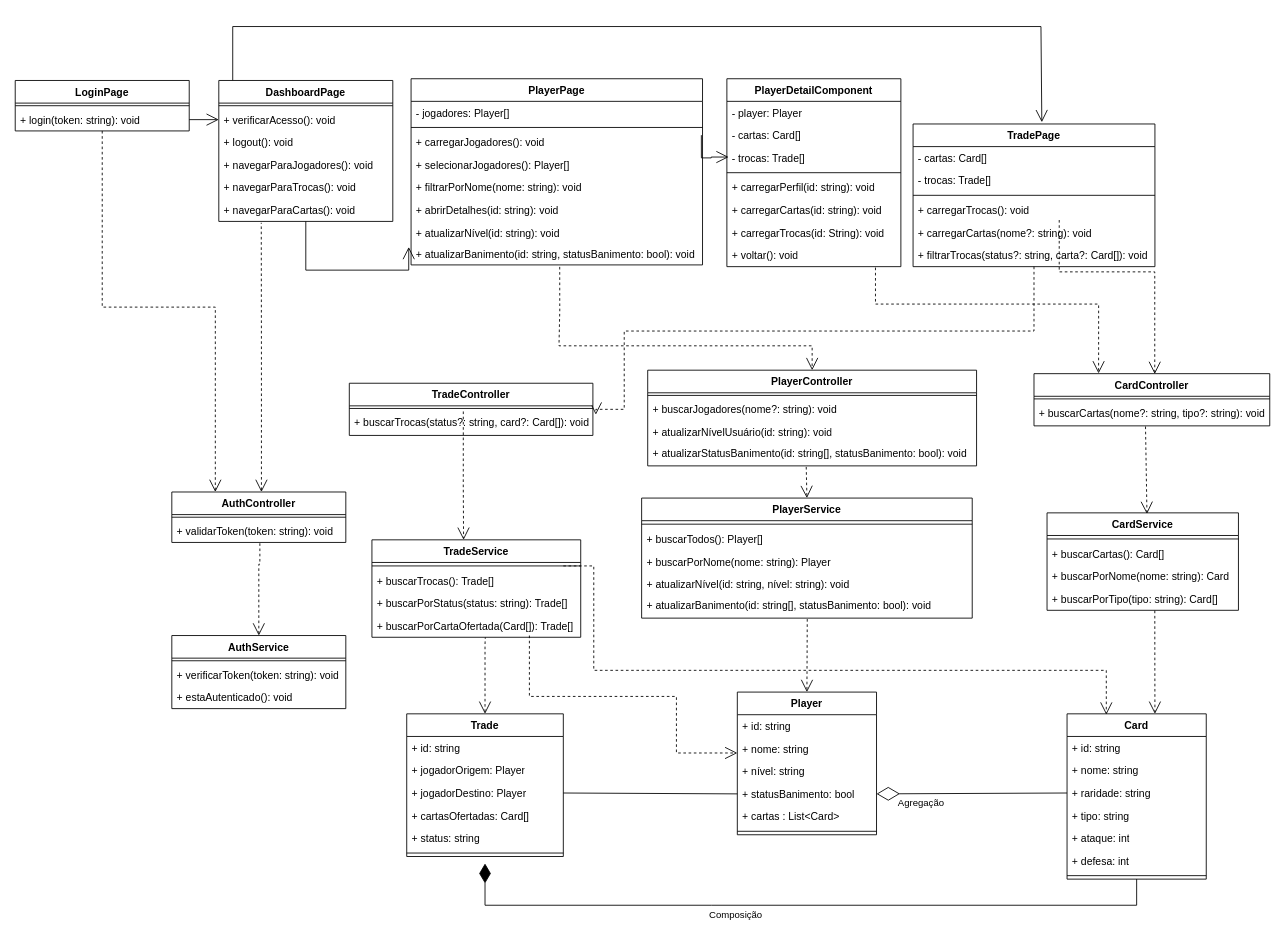
The draw.io diagram Docs/Diagramas/diagrama-classes-S03.drawio in Inatel-S03-20261/Tema-06, before the edit. Source tidied: cells renumbered, new cells numbered last; positions are measured from the earlier drawing's top-left corner, leaving out a move shared by most shapes. Both pictures are drawn from the tidied source at 87%, with x=0, y=0 at pixel (15, 26).
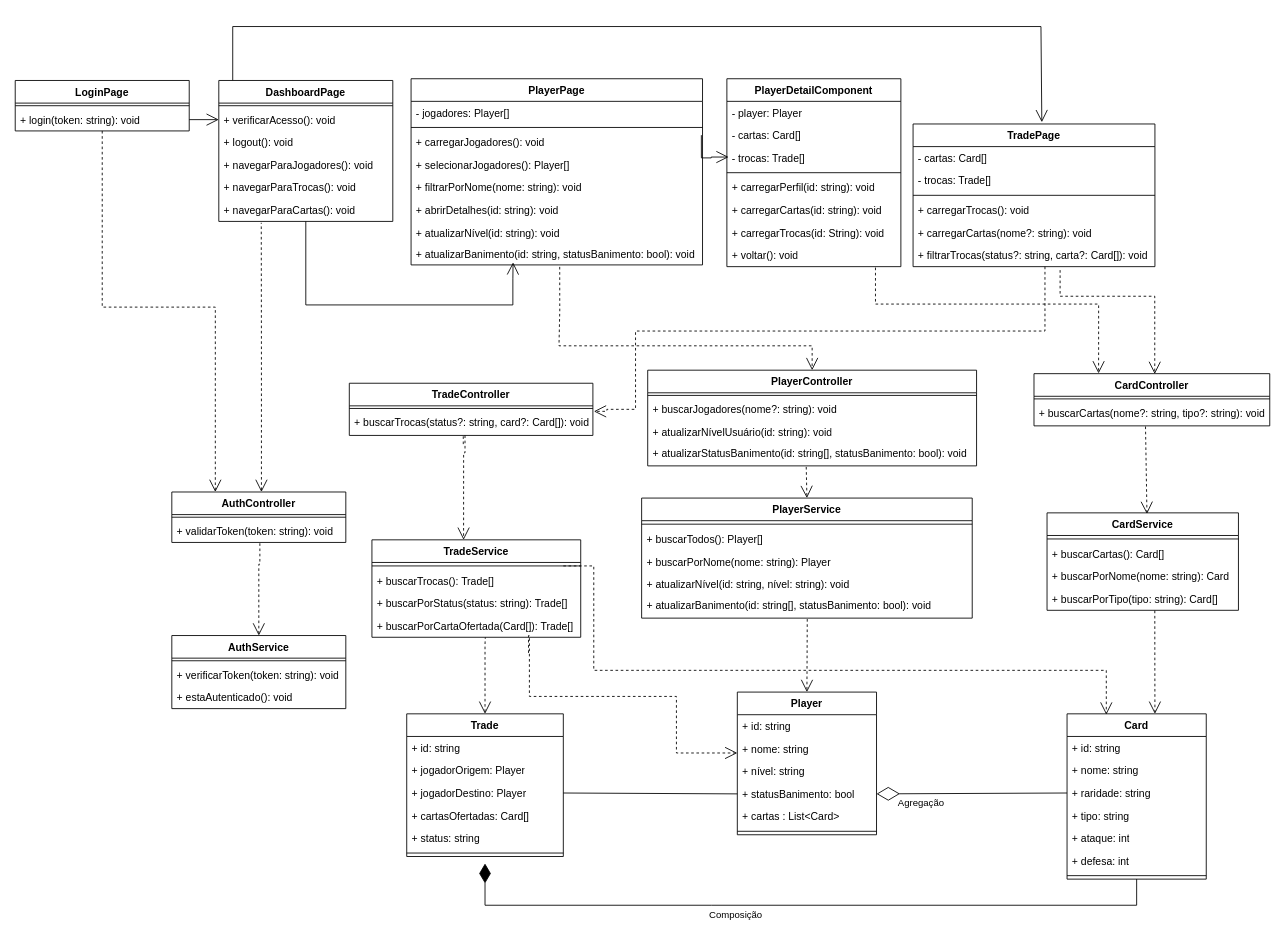
The same page after the edit.

The change refers to these unchanged cells:
```xml
<mxCell id="4" value="DashboardPage" style="swimlane;fontStyle=1;align=center;verticalAlign=top;horizontal=1;startSize=26;whiteSpace=wrap;html=1;" parent="1" vertex="1">
  <mxGeometry x="234" y="62" width="200" height="162" as="geometry" />
</mxCell>
<mxCell id="29" value="+ atualizarBanimento(id: string, statusBanimento: bool): void" style="text;strokeColor=none;fillColor=none;align=left;verticalAlign=top;spacingLeft=4;spacingRight=4;overflow=hidden;points=[[0,0.5],[1,0.5]];portConstraint=eastwest;whiteSpace=wrap;html=1;" parent="21" vertex="1">
  <mxGeometry y="188" width="335" height="26" as="geometry" />
</mxCell>
<mxCell id="31" value="TradePage" style="swimlane;fontStyle=1;align=center;verticalAlign=top;horizontal=1;startSize=26;whiteSpace=wrap;html=1;" parent="1" vertex="1">
  <mxGeometry x="1032" y="112" width="278" height="164" as="geometry" />
</mxCell>
<mxCell id="40" value="+ nome: string" style="text;strokeColor=none;fillColor=none;align=left;verticalAlign=top;spacingLeft=4;spacingRight=4;overflow=hidden;points=[[0,0.5],[1,0.5]];portConstraint=eastwest;whiteSpace=wrap;html=1;" parent="38" vertex="1">
  <mxGeometry y="52" width="160" height="26" as="geometry" />
</mxCell>
<mxCell id="68" value="TradeService" style="swimlane;fontStyle=1;align=center;verticalAlign=top;horizontal=1;startSize=26;whiteSpace=wrap;html=1;" parent="1" vertex="1">
  <mxGeometry x="410" y="590" width="240" height="112" as="geometry" />
</mxCell>
<mxCell id="101" style="line;strokeWidth=1;fillColor=none;align=left;verticalAlign=middle;spacingTop=-1;spacingLeft=3;spacingRight=3;labelPosition=right;points=[];portConstraint=eastwest;strokeColor=inherit;" parent="100" vertex="1">
  <mxGeometry y="26" width="280" height="6" as="geometry" />
</mxCell>
<mxCell id="102" value="+ buscarTrocas(status?: string, card?: Card[]): void" style="text;strokeColor=none;fillColor=none;align=left;verticalAlign=top;spacingLeft=4;spacingRight=4;overflow=hidden;points=[[0,0.5],[1,0.5]];portConstraint=eastwest;whiteSpace=wrap;html=1;" parent="100" vertex="1">
  <mxGeometry y="32" width="280" height="28" as="geometry" />
</mxCell>
```

Diff of the diagram source:
```diff
@@
-    <mxCell id="2" style="edgeStyle=orthogonalEdgeStyle;rounded=0;jettySize=auto;html=1;endArrow=open;endFill=0;endSize=12;entryX=-0.008;entryY=0.206;entryDx=0;entryDy=0;entryPerimeter=0;" parent="1" edge="1" source="4" target="29">
+    <mxCell id="2" style="edgeStyle=orthogonalEdgeStyle;rounded=0;jettySize=auto;html=1;endArrow=open;endFill=0;endSize=12;entryX=0.35;entryY=0.885;entryDx=0;entryDy=0;entryPerimeter=0;" parent="1" edge="1" source="4" target="29">
       <mxGeometry relative="1" as="geometry">
         <Array as="points">
-          <mxPoint x="334" y="280" />
-          <mxPoint x="453" y="280" />
+          <mxPoint x="334" y="320" />
+          <mxPoint x="572" y="320" />
+          <mxPoint x="572" y="290" />
+          <mxPoint x="572" y="290" />
         </Array>
       </mxGeometry>
     </mxCell>
@@
-    <mxCell id="30" style="edgeStyle=orthogonalEdgeStyle;rounded=0;jettySize=auto;html=1;endArrow=open;endFill=0;endSize=12;dashed=1;exitX=0.5;exitY=1;exitDx=0;exitDy=0;entryX=1.012;entryY=0.147;entryDx=0;entryDy=0;entryPerimeter=0;" parent="1" edge="1" source="31" target="102">
+    <mxCell id="30" style="edgeStyle=orthogonalEdgeStyle;rounded=0;jettySize=auto;html=1;endArrow=open;endFill=0;endSize=12;dashed=1;exitX=0.5;exitY=1;exitDx=0;exitDy=0;entryX=1.004;entryY=0.012;entryDx=0;entryDy=0;entryPerimeter=0;" parent="1" edge="1" target="102">
       <mxGeometry relative="1" as="geometry">
+        <mxPoint x="1183.6" y="276" as="sourcePoint" />
         <Array as="points">
-          <mxPoint x="1171" y="350" />
-          <mxPoint x="700" y="350" />
-          <mxPoint x="700" y="440" />
+          <mxPoint x="1184" y="350" />
+          <mxPoint x="713" y="350" />
+          <mxPoint x="713" y="440" />
+          <mxPoint x="680" y="440" />
+          <mxPoint x="680" y="442" />
         </Array>
       </mxGeometry>
     </mxCell>
@@
     <mxCell id="84" style="edgeStyle=orthogonalEdgeStyle;rounded=0;jettySize=auto;html=1;endArrow=open;endFill=0;endSize=12;dashed=1;" parent="1" edge="1" target="40">
       <mxGeometry relative="1" as="geometry">
-        <mxPoint x="591" y="700" as="sourcePoint" />
+        <mxPoint x="590" y="720" as="sourcePoint" />
         <Array as="points">
+          <mxPoint x="590" y="700" />
+          <mxPoint x="591" y="700" />
           <mxPoint x="591" y="770" />
           <mxPoint x="760" y="770" />
           <mxPoint x="760" y="835" />
         </Array>
       </mxGeometry>
     </mxCell>
@@
-    <mxCell id="114" style="edgeStyle=orthogonalEdgeStyle;rounded=0;orthogonalLoop=1;jettySize=auto;html=1;endArrow=open;endFill=0;endSize=12;dashed=1;exitX=0.568;exitY=0.94;exitDx=0;exitDy=0;exitPerimeter=0;entryX=0.475;entryY=0.006;entryDx=0;entryDy=0;entryPerimeter=0;" parent="1" edge="1">
+    <mxCell id="114" style="edgeStyle=orthogonalEdgeStyle;rounded=0;orthogonalLoop=1;jettySize=auto;html=1;endArrow=open;endFill=0;endSize=12;dashed=1;entryX=0.475;entryY=0.006;entryDx=0;entryDy=0;entryPerimeter=0;" parent="1" edge="1">
       <mxGeometry relative="1" as="geometry">
-        <mxPoint x="1200" y="222.4" as="sourcePoint" />
+        <mxPoint x="1201" y="280" as="sourcePoint" />
         <mxPoint x="1309.8" y="399.4" as="targetPoint" />
         <Array as="points">
-          <mxPoint x="1200" y="282" />
-          <mxPoint x="1310" y="282" />
+          <mxPoint x="1201" y="310" />
+          <mxPoint x="1310" y="310" />
         </Array>
       </mxGeometry>
     </mxCell>
-    <mxCell id="115" style="edgeStyle=orthogonalEdgeStyle;rounded=0;jettySize=auto;html=1;endArrow=open;endFill=0;endSize=12;dashed=1;entryX=0.439;entryY=0;entryDx=0;entryDy=0;entryPerimeter=0;exitX=0.468;exitY=1.078;exitDx=0;exitDy=0;exitPerimeter=0;" parent="1" edge="1" source="101" target="68">
+    <mxCell id="115" style="edgeStyle=orthogonalEdgeStyle;rounded=0;jettySize=auto;html=1;endArrow=open;endFill=0;endSize=12;dashed=1;entryX=0.439;entryY=0;entryDx=0;entryDy=0;entryPerimeter=0;" parent="1" edge="1" target="68">
       <mxGeometry relative="1" as="geometry">
+        <mxPoint x="515" y="480" as="sourcePoint" />
         <Array as="points">
-          <mxPoint x="515" y="526" />
-          <mxPoint x="515" y="526" />
+          <mxPoint x="515" y="470" />
+          <mxPoint x="517" y="470" />
+          <mxPoint x="517" y="490" />
+          <mxPoint x="515" y="490" />
         </Array>
       </mxGeometry>
     </mxCell>
```
